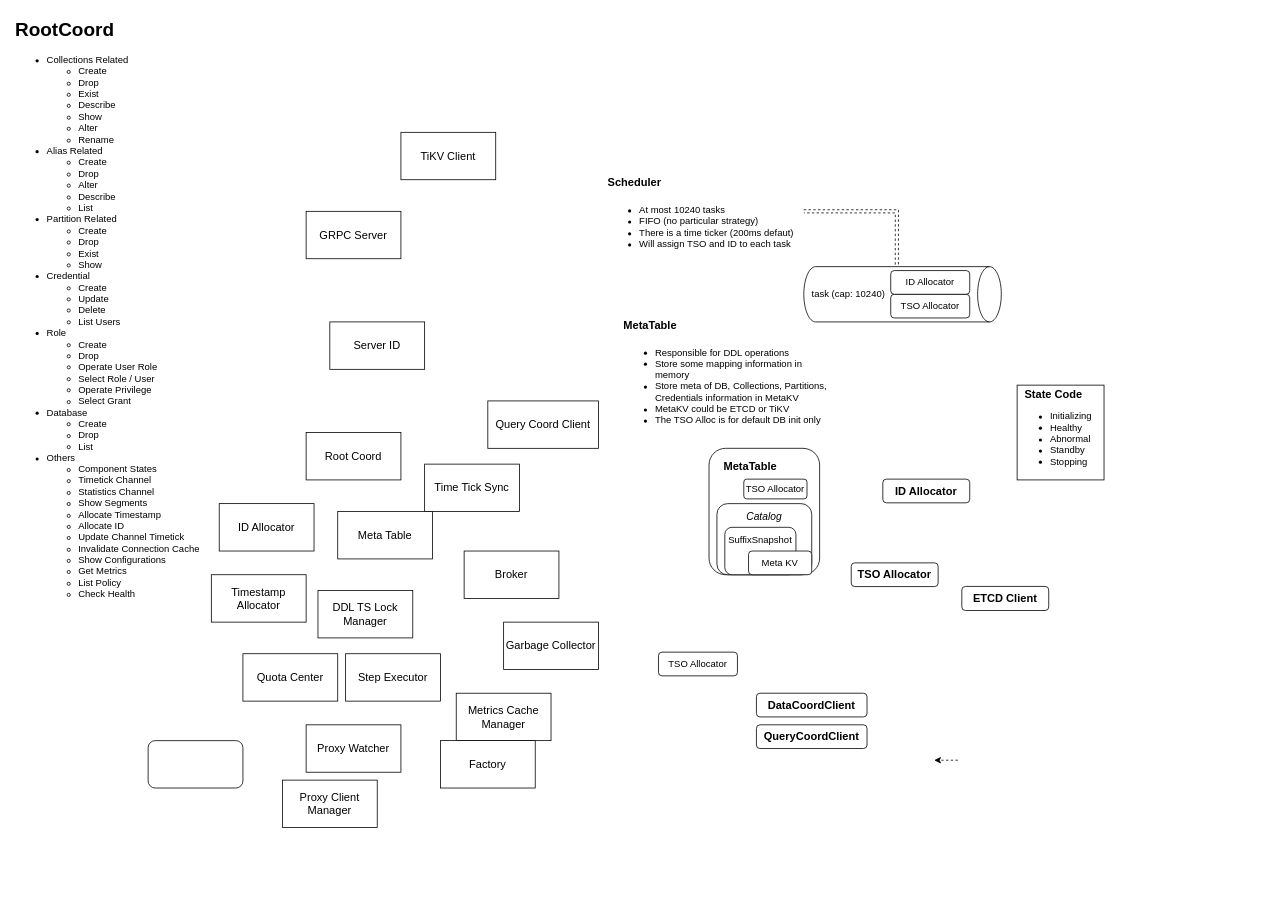
Earlier version of the draw.io diagram MilvusServer.drawio (Reidddddd/drawing). Source tidied: cells renumbered, new cells numbered last; positions are measured from the earlier drawing's top-left corner, leaving out a move shared by most shapes. Both pictures are drawn from the tidied source at 79%, with x=0, y=0 at pixel (13, 13).
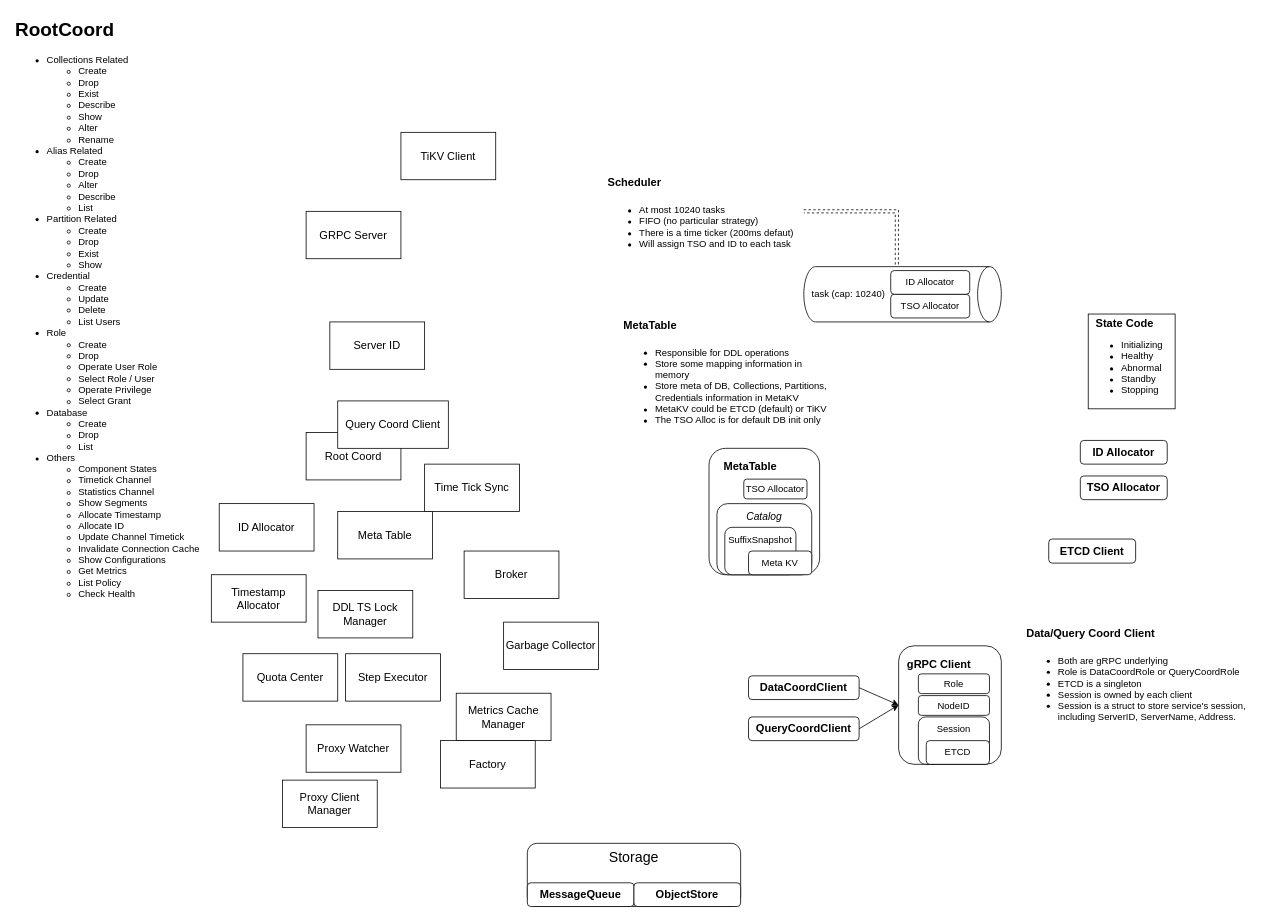
Above is the later version.

Commit message:
Finished Data/Query Coord Client, Working on MQ part

Diff of the diagram source:
```diff
@@
     <mxCell id="10" value="&lt;font style=&quot;font-size: 14px;&quot;&gt;Query Coord Client&lt;/font&gt;" style="rounded=0;whiteSpace=wrap;html=1;" parent="1" vertex="1">
-      <mxGeometry x="600" y="490" width="140" height="60" as="geometry" />
+      <mxGeometry x="410" y="490" width="140" height="60" as="geometry" />
     </mxCell>
@@
     <mxCell id="23" value="&lt;font style=&quot;font-size: 14px;&quot;&gt;&amp;nbsp; &lt;/font&gt;&lt;font style=&quot;font-size: 14px;&quot;&gt;&lt;b&gt;State Code&lt;/b&gt;&lt;/font&gt;&lt;div&gt;&lt;ul&gt;&lt;li&gt;&lt;font style=&quot;font-size: 12px;&quot;&gt;Initializing&lt;/font&gt;&lt;/li&gt;&lt;li&gt;&lt;font style=&quot;font-size: 12px;&quot;&gt;Healthy&lt;/font&gt;&lt;/li&gt;&lt;li&gt;&lt;font style=&quot;font-size: 12px;&quot;&gt;Abnormal&lt;/font&gt;&lt;/li&gt;&lt;li&gt;&lt;font style=&quot;font-size: 12px;&quot;&gt;Standby&lt;/font&gt;&lt;/li&gt;&lt;li&gt;&lt;font style=&quot;font-size: 12px;&quot;&gt;Stopping&lt;/font&gt;&lt;/li&gt;&lt;/ul&gt;&lt;/div&gt;" style="rounded=0;whiteSpace=wrap;html=1;align=left;" parent="1" vertex="1">
-      <mxGeometry x="1270" y="470" width="110" height="120" as="geometry" />
+      <mxGeometry x="1360" y="380" width="110" height="120" as="geometry" />
     </mxCell>
-    <mxCell id="24" style="rounded=1;whiteSpace=wrap;html=1;" parent="1" vertex="1">
-      <mxGeometry x="170" y="920" width="120" height="60" as="geometry" />
+    <mxCell id="24" value="&lt;span style=&quot;font-size: 18px;&quot;&gt;&lt;font style=&quot;font-size: 18px;&quot;&gt;Storage&lt;/font&gt;&lt;/span&gt;&lt;div style=&quot;font-size: 18px;&quot;&gt;&lt;font style=&quot;font-size: 18px;&quot;&gt;&lt;br&gt;&lt;/font&gt;&lt;/div&gt;&lt;div style=&quot;font-size: 18px;&quot;&gt;&lt;b&gt;&lt;font style=&quot;font-size: 14px;&quot;&gt;&lt;br&gt;&lt;/font&gt;&lt;/b&gt;&lt;/div&gt;" style="rounded=1;whiteSpace=wrap;html=1;" parent="1" vertex="1">
+      <mxGeometry x="650" y="1050" width="270" height="80" as="geometry" />
     </mxCell>
@@
     <mxCell id="28" value="&lt;font style=&quot;font-size: 14px;&quot;&gt;&lt;b&gt;ID Allocator&lt;/b&gt;&lt;/font&gt;" style="rounded=1;whiteSpace=wrap;html=1;" parent="1" vertex="1">
-      <mxGeometry x="1100" y="589" width="110" height="30" as="geometry" />
+      <mxGeometry x="1350" y="540" width="110" height="30" as="geometry" />
     </mxCell>
+    <mxCell id="41" style="rounded=0;jettySize=auto;html=1;entryX=0;entryY=0.5;entryDx=0;entryDy=0;exitX=1;exitY=0.5;exitDx=0;exitDy=0;" parent="1" edge="1" source="29" target="42">
+      <mxGeometry relative="1" as="geometry" />
+    </mxCell>
     <mxCell id="29" value="&lt;span style=&quot;font-size: 14px;&quot;&gt;&lt;b&gt;DataCoordClient&lt;/b&gt;&lt;/span&gt;" style="rounded=1;whiteSpace=wrap;html=1;" parent="1" vertex="1">
-      <mxGeometry x="940" y="860" width="140" height="30" as="geometry" />
+      <mxGeometry x="930" y="838" width="140" height="30" as="geometry" />
     </mxCell>
@@
-    <mxCell id="31" value="&lt;h1 style=&quot;margin-top: 0px;&quot;&gt;&lt;font style=&quot;font-size: 14px;&quot;&gt;MetaTable&lt;/font&gt;&lt;/h1&gt;&lt;p&gt;&lt;/p&gt;&lt;ul&gt;&lt;li&gt;&lt;span style=&quot;background-color: initial;&quot;&gt;Responsible for DDL operations&lt;/span&gt;&lt;/li&gt;&lt;li&gt;&lt;span style=&quot;background-color: initial;&quot;&gt;Store some mapping information in memory&lt;/span&gt;&lt;/li&gt;&lt;li&gt;&lt;span style=&quot;background-color: initial;&quot;&gt;Store meta of DB, Collections, Partitions, Credentials information in MetaKV&lt;/span&gt;&lt;/li&gt;&lt;li&gt;&lt;span style=&quot;background-color: initial;&quot;&gt;MetaKV could be ETCD or TiKV&lt;/span&gt;&lt;/li&gt;&lt;li&gt;&lt;span style=&quot;background-color: initial;&quot;&gt;The TSO Alloc is for default DB init only&lt;/span&gt;&lt;/li&gt;&lt;/ul&gt;&lt;p&gt;&lt;/p&gt;" style="text;html=1;whiteSpace=wrap;overflow=hidden;rounded=0;" parent="1" vertex="1">
-      <mxGeometry x="770" y="370" width="260" height="180" as="geometry" />
+    <mxCell id="31" value="&lt;h1 style=&quot;margin-top: 0px;&quot;&gt;&lt;font style=&quot;font-size: 14px;&quot;&gt;MetaTable&lt;/font&gt;&lt;/h1&gt;&lt;p&gt;&lt;/p&gt;&lt;ul&gt;&lt;li&gt;&lt;span style=&quot;background-color: initial;&quot;&gt;Responsible for DDL operations&lt;/span&gt;&lt;/li&gt;&lt;li&gt;&lt;span style=&quot;background-color: initial;&quot;&gt;Store some mapping information in memory&lt;/span&gt;&lt;/li&gt;&lt;li&gt;&lt;span style=&quot;background-color: initial;&quot;&gt;Store meta of DB, Collections, Partitions, Credentials information in MetaKV&lt;/span&gt;&lt;/li&gt;&lt;li&gt;&lt;span style=&quot;background-color: initial;&quot;&gt;MetaKV could be ETCD (default) or TiKV&lt;/span&gt;&lt;/li&gt;&lt;li&gt;&lt;span style=&quot;background-color: initial;&quot;&gt;The TSO Alloc is for default DB init only&lt;/span&gt;&lt;/li&gt;&lt;/ul&gt;&lt;p&gt;&lt;/p&gt;" style="text;html=1;whiteSpace=wrap;overflow=hidden;rounded=0;" parent="1" vertex="1">
+      <mxGeometry x="770" y="370" width="270" height="180" as="geometry" />
     </mxCell>
@@
-    <mxCell id="33" value="&lt;font style=&quot;font-size: 12px;&quot;&gt;TSO Allocator&lt;/font&gt;" style="rounded=1;whiteSpace=wrap;html=1;" parent="1" vertex="1">
-      <mxGeometry x="816" y="808" width="100" height="30" as="geometry" />
-    </mxCell>
@@
-    <mxCell id="36" style="edgeStyle=orthogonalEdgeStyle;rounded=0;orthogonalLoop=1;jettySize=auto;html=1;exitX=0;exitY=0.5;exitDx=0;exitDy=0;entryX=1;entryY=0.5;entryDx=0;entryDy=0;dashed=1;" parent="1" edge="1">
-      <mxGeometry relative="1" as="geometry">
-        <mxPoint x="1195" y="944.8" as="sourcePoint" />
-        <mxPoint x="1165" y="945" as="targetPoint" />
-      </mxGeometry>
-    </mxCell>
     <mxCell id="37" value="&lt;font style=&quot;font-size: 14px;&quot;&gt;&lt;b&gt;ETCD Client&lt;/b&gt;&lt;/font&gt;" style="rounded=1;whiteSpace=wrap;html=1;" parent="1" vertex="1">
-      <mxGeometry x="1200" y="724.8" width="110" height="30.5" as="geometry" />
+      <mxGeometry x="1310" y="664.8" width="110" height="30.5" as="geometry" />
     </mxCell>
@@
     <mxCell id="39" value="&lt;font style=&quot;font-size: 14px;&quot;&gt;&lt;b&gt;TSO Allocator&lt;/b&gt;&lt;/font&gt;" style="rounded=1;whiteSpace=wrap;html=1;" parent="1" vertex="1">
-      <mxGeometry x="1060" y="695" width="110" height="30" as="geometry" />
+      <mxGeometry x="1350" y="585" width="110" height="30" as="geometry" />
     </mxCell>
     <mxCell id="40" value="&lt;span style=&quot;font-size: 14px;&quot;&gt;&lt;b&gt;QueryCoordClient&lt;/b&gt;&lt;/span&gt;" style="rounded=1;whiteSpace=wrap;html=1;" parent="1" vertex="1">
-      <mxGeometry x="940" y="900" width="140" height="30" as="geometry" />
+      <mxGeometry x="930" y="890" width="140" height="30" as="geometry" />
     </mxCell>
+    <mxCell id="42" value="&lt;div&gt;&lt;span style=&quot;background-color: initial; font-size: 14px;&quot;&gt;&lt;b&gt;gRPC Client&lt;/b&gt;&lt;/span&gt;&lt;b style=&quot;&quot;&gt;&lt;font style=&quot;font-size: 14px;&quot;&gt;&amp;nbsp; &amp;nbsp; &amp;nbsp; &amp;nbsp;&lt;/font&gt;&lt;/b&gt;&lt;/div&gt;&lt;div&gt;&lt;b style=&quot;&quot;&gt;&lt;font style=&quot;font-size: 14px;&quot;&gt;&lt;br&gt;&lt;/font&gt;&lt;/b&gt;&lt;/div&gt;&lt;div&gt;&lt;br&gt;&lt;/div&gt;&lt;div&gt;&lt;br&gt;&lt;/div&gt;&lt;div&gt;&lt;br&gt;&lt;/div&gt;&lt;div&gt;&lt;br&gt;&lt;/div&gt;&lt;div&gt;&lt;br&gt;&lt;/div&gt;&lt;div&gt;&lt;br&gt;&lt;/div&gt;" style="rounded=1;whiteSpace=wrap;html=1;" parent="1" vertex="1">
+      <mxGeometry x="1120" y="800" width="130" height="150" as="geometry" />
+    </mxCell>
+    <mxCell id="43" value="Session&lt;br&gt;&lt;div&gt;&lt;font style=&quot;font-size: 12px;&quot;&gt;&lt;br&gt;&lt;/font&gt;&lt;/div&gt;&lt;div&gt;&lt;font style=&quot;font-size: 12px;&quot;&gt;&lt;br&gt;&lt;/font&gt;&lt;/div&gt;" style="rounded=1;whiteSpace=wrap;html=1;" parent="1" vertex="1">
+      <mxGeometry x="1145" y="890" width="90" height="60" as="geometry" />
+    </mxCell>
+    <mxCell id="44" value="&lt;font style=&quot;font-size: 12px;&quot;&gt;ETCD&lt;/font&gt;" style="rounded=1;whiteSpace=wrap;html=1;" parent="1" vertex="1">
+      <mxGeometry x="1155" y="920" width="80" height="30" as="geometry" />
+    </mxCell>
+    <mxCell id="45" value="&lt;font style=&quot;font-size: 12px;&quot;&gt;NodeID&lt;/font&gt;" style="rounded=1;whiteSpace=wrap;html=1;" parent="1" vertex="1">
+      <mxGeometry x="1145" y="863" width="90" height="25" as="geometry" />
+    </mxCell>
+    <mxCell id="46" value="&lt;font style=&quot;font-size: 12px;&quot;&gt;Role&lt;/font&gt;" style="rounded=1;whiteSpace=wrap;html=1;" parent="1" vertex="1">
+      <mxGeometry x="1145" y="835.5" width="90" height="25" as="geometry" />
+    </mxCell>
+    <mxCell id="47" style="rounded=0;jettySize=auto;html=1;entryX=0;entryY=0.5;entryDx=0;entryDy=0;exitX=1;exitY=0.5;exitDx=0;exitDy=0;" parent="1" edge="1" source="40" target="42">
+      <mxGeometry relative="1" as="geometry" />
+    </mxCell>
+    <mxCell id="48" value="&lt;h1 style=&quot;margin-top: 0px;&quot;&gt;&lt;font style=&quot;font-size: 14px;&quot;&gt;Data/Query Coord Client&lt;/font&gt;&lt;/h1&gt;&lt;p&gt;&lt;/p&gt;&lt;ul&gt;&lt;li&gt;&lt;span style=&quot;background-color: initial;&quot;&gt;Both are gRPC underlying&lt;/span&gt;&lt;/li&gt;&lt;li&gt;&lt;span style=&quot;background-color: initial;&quot;&gt;Role is DataCoordRole or QueryCoordRole&lt;br&gt;&lt;/span&gt;&lt;/li&gt;&lt;li&gt;ETCD is a singleton&lt;/li&gt;&lt;li&gt;Session is owned by each client&lt;/li&gt;&lt;li&gt;Session is a struct to store service's session, including ServerID, ServerName, Address.&lt;/li&gt;&lt;/ul&gt;&lt;p&gt;&lt;/p&gt;" style="text;html=1;whiteSpace=wrap;overflow=hidden;rounded=0;" parent="1" vertex="1">
+      <mxGeometry x="1280" y="760" width="300" height="160" as="geometry" />
+    </mxCell>
+    <mxCell id="49" value="&lt;font style=&quot;font-size: 14px;&quot;&gt;&lt;b&gt;MessageQueue&lt;/b&gt;&lt;/font&gt;" style="rounded=1;whiteSpace=wrap;html=1;" parent="1" vertex="1">
+      <mxGeometry x="650" y="1100" width="135" height="30" as="geometry" />
+    </mxCell>
+    <mxCell id="50" value="&lt;font style=&quot;font-size: 14px;&quot;&gt;&lt;b&gt;ObjectStore&lt;/b&gt;&lt;/font&gt;" style="rounded=1;whiteSpace=wrap;html=1;" parent="1" vertex="1">
+      <mxGeometry x="785" y="1100" width="135" height="30" as="geometry" />
+    </mxCell>
```
